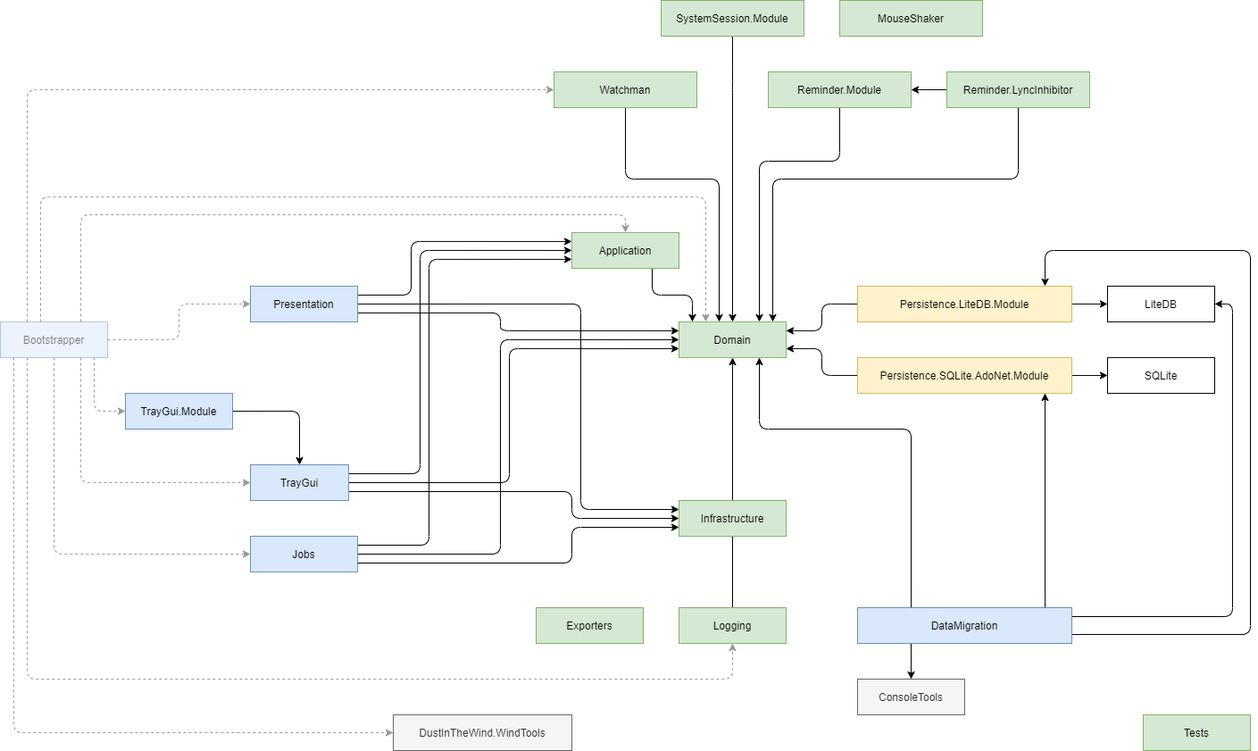
This is documents/architecture.drawio.png from lastunicorn/active-time, a draw.io export, as it was before one commit. Source tidied: cells renumbered, new cells last; positions are measured from the earlier drawing's top-left corner, leaving out a move shared by most shapes.
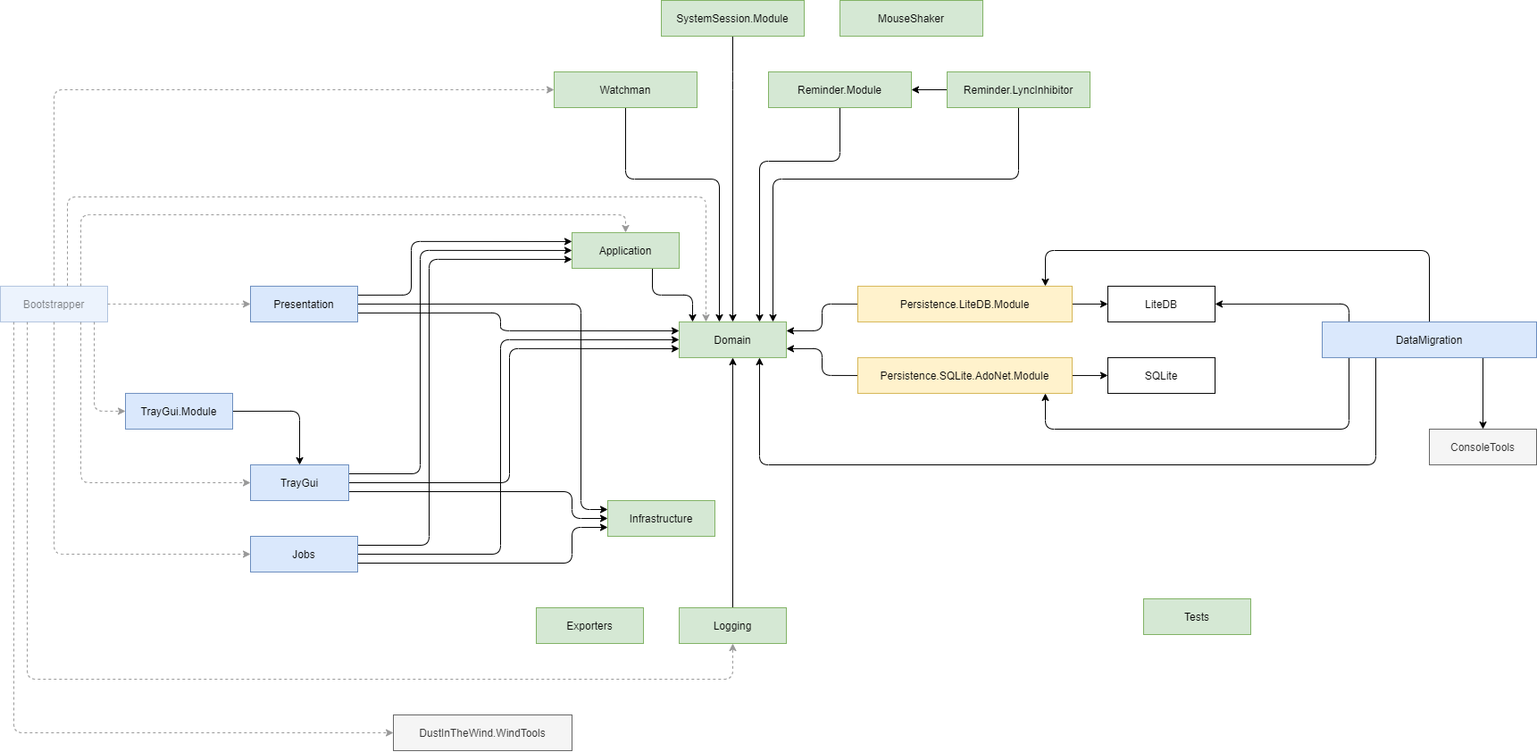
The same file after the commit.

The edit, as a diff of the source:
```diff
@@ -30,7 +30,7 @@
       <mxGeometry x="960" y="399.9" width="240" height="40" as="geometry" />
     </mxCell>
     <mxCell id="11" value="Tests" style="rounded=0;whiteSpace=wrap;html=1;fillColor=#d5e8d4;strokeColor=#82b366;" parent="1" vertex="1">
-      <mxGeometry x="1280" y="800" width="120" height="40" as="geometry" />
+      <mxGeometry x="1280" y="670" width="120" height="40" as="geometry" />
     </mxCell>
     <mxCell id="12" value="LiteDB" style="rounded=0;whiteSpace=wrap;html=1;points=[&#10;[0,0],[0.125,0],[0.25,0],[0.375,0],[0.5,0],[0.625,0],[0.75,0],[0.875,0],&#10;[1,0],[1,0.125],[1,0.25],[1,0.375],[1,0.5],[1,0.625],[1,0.75],[1,0.875],&#10;[1,1],[0.875,1],[0.75,1],[0.625,1],[0.5,1],[0.375,1],[0.25,1],[0.125,1],&#10;[0,1],[0,0.875],[0,0.75],[0,0.625],[0,0.5],[0,0.375],[0,0.25],[0,0.125]&#10;];" parent="1" vertex="1">
       <mxGeometry x="1240" y="319.9" width="120" height="40" as="geometry" />
@@ -38,42 +38,41 @@
     <mxCell id="13" value="SQLite" style="rounded=0;whiteSpace=wrap;html=1;points=[&#10;[0,0],[0.125,0],[0.25,0],[0.375,0],[0.5,0],[0.625,0],[0.75,0],[0.875,0],&#10;[1,0],[1,0.125],[1,0.25],[1,0.375],[1,0.5],[1,0.625],[1,0.75],[1,0.875],&#10;[1,1],[0.875,1],[0.75,1],[0.625,1],[0.5,1],[0.375,1],[0.25,1],[0.125,1],&#10;[0,1],[0,0.875],[0,0.75],[0,0.625],[0,0.5],[0,0.375],[0,0.25],[0,0.125]&#10;];" parent="1" vertex="1">
       <mxGeometry x="1240" y="399.9" width="120" height="40" as="geometry" />
     </mxCell>
-    <mxCell id="14" style="edgeStyle=orthogonalEdgeStyle;rounded=1;jettySize=auto;html=1;exitX=0.25;exitY=0;exitDx=0;exitDy=0;entryX=0.75;entryY=1;entryDx=0;entryDy=0;" parent="1" edge="1" source="19" target="2">
+    <mxCell id="14" style="edgeStyle=orthogonalEdgeStyle;rounded=1;jettySize=auto;html=1;exitX=0.25;exitY=1;exitDx=0;exitDy=0;entryX=0.75;entryY=1;entryDx=0;entryDy=0;" parent="1" edge="1" source="19" target="2">
       <mxGeometry relative="1" as="geometry">
         <Array as="points">
-          <mxPoint x="1020" y="480" />
-          <mxPoint x="850" y="480" />
+          <mxPoint x="1540" y="520" />
+          <mxPoint x="850" y="520" />
         </Array>
       </mxGeometry>
     </mxCell>
-    <mxCell id="15" style="edgeStyle=orthogonalEdgeStyle;rounded=1;jettySize=auto;html=1;exitX=1;exitY=0.25;exitDx=0;exitDy=0;entryX=1;entryY=0.5;entryDx=0;entryDy=0;" parent="1" edge="1" source="19" target="12">
-      <mxGeometry relative="1" as="geometry">
-        <Array as="points">
-          <mxPoint x="1380" y="690" />
-          <mxPoint x="1380" y="340" />
-        </Array>
-      </mxGeometry>
+    <mxCell id="15" style="edgeStyle=orthogonalEdgeStyle;rounded=1;jettySize=auto;html=1;exitX=0.125;exitY=0;exitDx=0;exitDy=0;entryX=1;entryY=0.5;entryDx=0;entryDy=0;" parent="1" edge="1" source="19" target="12">
+      <mxGeometry relative="1" as="geometry" />
     </mxCell>
-    <mxCell id="16" style="edgeStyle=orthogonalEdgeStyle;rounded=1;jettySize=auto;html=1;exitX=1;exitY=0.75;exitDx=0;exitDy=0;entryX=0.875;entryY=0;entryDx=0;entryDy=0;" parent="1" edge="1" source="19" target="7">
+    <mxCell id="16" style="edgeStyle=orthogonalEdgeStyle;rounded=1;jettySize=auto;html=1;exitX=0.5;exitY=0;exitDx=0;exitDy=0;entryX=0.875;entryY=0;entryDx=0;entryDy=0;" parent="1" edge="1" source="19" target="7">
       <mxGeometry relative="1" as="geometry">
         <Array as="points">
-          <mxPoint x="1400" y="710" />
-          <mxPoint x="1400" y="280" />
+          <mxPoint x="1600" y="280" />
           <mxPoint x="1170" y="280" />
         </Array>
       </mxGeometry>
     </mxCell>
-    <mxCell id="17" style="edgeStyle=orthogonalEdgeStyle;rounded=1;jettySize=auto;html=1;exitX=0.875;exitY=0;exitDx=0;exitDy=0;entryX=0.875;entryY=1;entryDx=0;entryDy=0;" parent="1" edge="1" source="19" target="10">
-      <mxGeometry relative="1" as="geometry" />
+    <mxCell id="17" style="edgeStyle=orthogonalEdgeStyle;rounded=1;jettySize=auto;html=1;exitX=0.125;exitY=1;exitDx=0;exitDy=0;entryX=0.875;entryY=1;entryDx=0;entryDy=0;" parent="1" edge="1" source="19" target="10">
+      <mxGeometry relative="1" as="geometry">
+        <Array as="points">
+          <mxPoint x="1510" y="480" />
+          <mxPoint x="1170" y="480" />
+        </Array>
+      </mxGeometry>
     </mxCell>
-    <mxCell id="18" style="edgeStyle=orthogonalEdgeStyle;rounded=1;jettySize=auto;html=1;exitX=0.25;exitY=1;exitDx=0;exitDy=0;entryX=0.5;entryY=0;entryDx=0;entryDy=0;" parent="1" edge="1" source="19" target="20">
+    <mxCell id="18" style="edgeStyle=orthogonalEdgeStyle;rounded=1;jettySize=auto;html=1;exitX=0.75;exitY=1;exitDx=0;exitDy=0;entryX=0.5;entryY=0;entryDx=0;entryDy=0;" parent="1" edge="1" source="19" target="20">
       <mxGeometry relative="1" as="geometry" />
     </mxCell>
     <mxCell id="19" value="DataMigration" style="rounded=0;whiteSpace=wrap;html=1;points=[&#10;[0,0],[0.125,0],[0.25,0],[0.375,0],[0.5,0],[0.625,0],[0.75,0],[0.875,0],&#10;[1,0],[1,0.125],[1,0.25],[1,0.375],[1,0.5],[1,0.625],[1,0.75],[1,0.875],&#10;[1,1],[0.875,1],[0.75,1],[0.625,1],[0.5,1],[0.375,1],[0.25,1],[0.125,1],&#10;[0,1],[0,0.875],[0,0.75],[0,0.625],[0,0.5],[0,0.375],[0,0.25],[0,0.125]&#10;];fillColor=#dae8fc;strokeColor=#6c8ebf;" parent="1" vertex="1">
-      <mxGeometry x="960" y="680" width="240" height="40" as="geometry" />
+      <mxGeometry x="1480" y="359.9" width="240" height="40" as="geometry" />
     </mxCell>
     <mxCell id="20" value="ConsoleTools" style="rounded=0;whiteSpace=wrap;html=1;points=[&#10;[0,0],[0.125,0],[0.25,0],[0.375,0],[0.5,0],[0.625,0],[0.75,0],[0.875,0],&#10;[1,0],[1,0.125],[1,0.25],[1,0.375],[1,0.5],[1,0.625],[1,0.75],[1,0.875],&#10;[1,1],[0.875,1],[0.75,1],[0.625,1],[0.5,1],[0.375,1],[0.25,1],[0.125,1],&#10;[0,1],[0,0.875],[0,0.75],[0,0.625],[0,0.5],[0,0.375],[0,0.25],[0,0.125]&#10;];fillColor=#f5f5f5;strokeColor=#666666;fontColor=#333333;" parent="1" vertex="1">
-      <mxGeometry x="960" y="760" width="120" height="40" as="geometry" />
+      <mxGeometry x="1600" y="480" width="120" height="40" as="geometry" />
     </mxCell>
     <mxCell id="21" style="edgeStyle=orthogonalEdgeStyle;rounded=1;jettySize=auto;html=1;exitX=1;exitY=0.25;exitDx=0;exitDy=0;entryX=0;entryY=0.25;entryDx=0;entryDy=0;" parent="1" edge="1" source="24" target="26">
       <mxGeometry relative="1" as="geometry">
@@ -116,10 +115,10 @@
         </Array>
       </mxGeometry>
     </mxCell>
-    <mxCell id="28" style="edgeStyle=orthogonalEdgeStyle;rounded=1;jettySize=auto;html=1;exitX=0.375;exitY=0;exitDx=0;exitDy=0;entryX=0.25;entryY=0;entryDx=0;entryDy=0;dashed=1;strokeColor=#999999;" parent="1" edge="1" source="35" target="2">
+    <mxCell id="28" style="edgeStyle=orthogonalEdgeStyle;rounded=1;jettySize=auto;html=1;exitX=0.625;exitY=0;exitDx=0;exitDy=0;entryX=0.25;entryY=0;entryDx=0;entryDy=0;dashed=1;strokeColor=#999999;" parent="1" edge="1" source="35" target="2">
       <mxGeometry relative="1" as="geometry">
         <Array as="points">
-          <mxPoint x="45" y="220" />
+          <mxPoint x="75" y="220" />
           <mxPoint x="790" y="220" />
         </Array>
       </mxGeometry>
@@ -135,7 +134,7 @@
     <mxCell id="30" style="edgeStyle=orthogonalEdgeStyle;rounded=1;jettySize=auto;html=1;exitX=1;exitY=0.5;exitDx=0;exitDy=0;entryX=0;entryY=0.5;entryDx=0;entryDy=0;dashed=1;strokeColor=#999999;" parent="1" edge="1" source="35" target="24">
       <mxGeometry relative="1" as="geometry" />
     </mxCell>
-    <mxCell id="31" style="edgeStyle=orthogonalEdgeStyle;rounded=1;jettySize=auto;html=1;exitX=0.25;exitY=0;exitDx=0;exitDy=0;entryX=0;entryY=0.5;entryDx=0;entryDy=0;dashed=1;strokeColor=#999999;" parent="1" edge="1" source="35" target="44">
+    <mxCell id="31" style="edgeStyle=orthogonalEdgeStyle;rounded=1;jettySize=auto;html=1;exitX=0.5;exitY=0;exitDx=0;exitDy=0;entryX=0;entryY=0.5;entryDx=0;entryDy=0;dashed=1;strokeColor=#999999;" parent="1" edge="1" source="35" target="44">
       <mxGeometry relative="1" as="geometry" />
     </mxCell>
     <mxCell id="32" style="edgeStyle=orthogonalEdgeStyle;rounded=1;jettySize=auto;html=1;exitX=0.125;exitY=1;exitDx=0;exitDy=0;entryX=0;entryY=0.5;entryDx=0;entryDy=0;dashed=1;strokeColor=#999999;" parent="1" edge="1" source="35" target="54">
@@ -148,7 +147,7 @@
       <mxGeometry relative="1" as="geometry" />
     </mxCell>
     <mxCell id="35" value="Bootstrapper" style="rounded=0;whiteSpace=wrap;html=1;points=[&#10;[0,0],[0.125,0],[0.25,0],[0.375,0],[0.5,0],[0.625,0],[0.75,0],[0.875,0],&#10;[1,0],[1,0.125],[1,0.25],[1,0.375],[1,0.5],[1,0.625],[1,0.75],[1,0.875],&#10;[1,1],[0.875,1],[0.75,1],[0.625,1],[0.5,1],[0.375,1],[0.25,1],[0.125,1],&#10;[0,1],[0,0.875],[0,0.75],[0,0.625],[0,0.5],[0,0.375],[0,0.25],[0,0.125]&#10;];fillColor=#dae8fc;strokeColor=#6c8ebf;opacity=50;textOpacity=50;" parent="1" vertex="1">
-      <mxGeometry y="359.9" width="120" height="40" as="geometry" />
+      <mxGeometry y="319.9" width="120" height="40" as="geometry" />
     </mxCell>
     <mxCell id="36" style="edgeStyle=orthogonalEdgeStyle;rounded=1;jettySize=auto;html=1;exitX=1;exitY=0.5;exitDx=0;exitDy=0;entryX=0;entryY=0.75;entryDx=0;entryDy=0;" parent="1" edge="1" source="39" target="2">
       <mxGeometry relative="1" as="geometry">
@@ -259,7 +258,7 @@
       <mxGeometry x="140" y="439.9" width="120" height="40" as="geometry" />
     </mxCell>
     <mxCell id="57" value="Infrastructure" style="rounded=0;whiteSpace=wrap;html=1;points=[&#10;[0,0],[0.125,0],[0.25,0],[0.375,0],[0.5,0],[0.625,0],[0.75,0],[0.875,0],&#10;[1,0],[1,0.125],[1,0.25],[1,0.375],[1,0.5],[1,0.625],[1,0.75],[1,0.875],&#10;[1,1],[0.875,1],[0.75,1],[0.625,1],[0.5,1],[0.375,1],[0.25,1],[0.125,1],&#10;[0,1],[0,0.875],[0,0.75],[0,0.625],[0,0.5],[0,0.375],[0,0.25],[0,0.125]&#10;];fillColor=#d5e8d4;strokeColor=#82b366;" parent="1" vertex="1">
-      <mxGeometry x="760" y="560" width="120" height="40" as="geometry" />
+      <mxGeometry x="680" y="560" width="120" height="40" as="geometry" />
     </mxCell>
     <mxCell id="58" style="edgeStyle=orthogonalEdgeStyle;rounded=1;jettySize=auto;html=1;exitX=1;exitY=0.75;exitDx=0;exitDy=0;entryX=0;entryY=0.75;entryDx=0;entryDy=0;" parent="1" edge="1" source="42" target="57">
       <mxGeometry relative="1" as="geometry">
```
